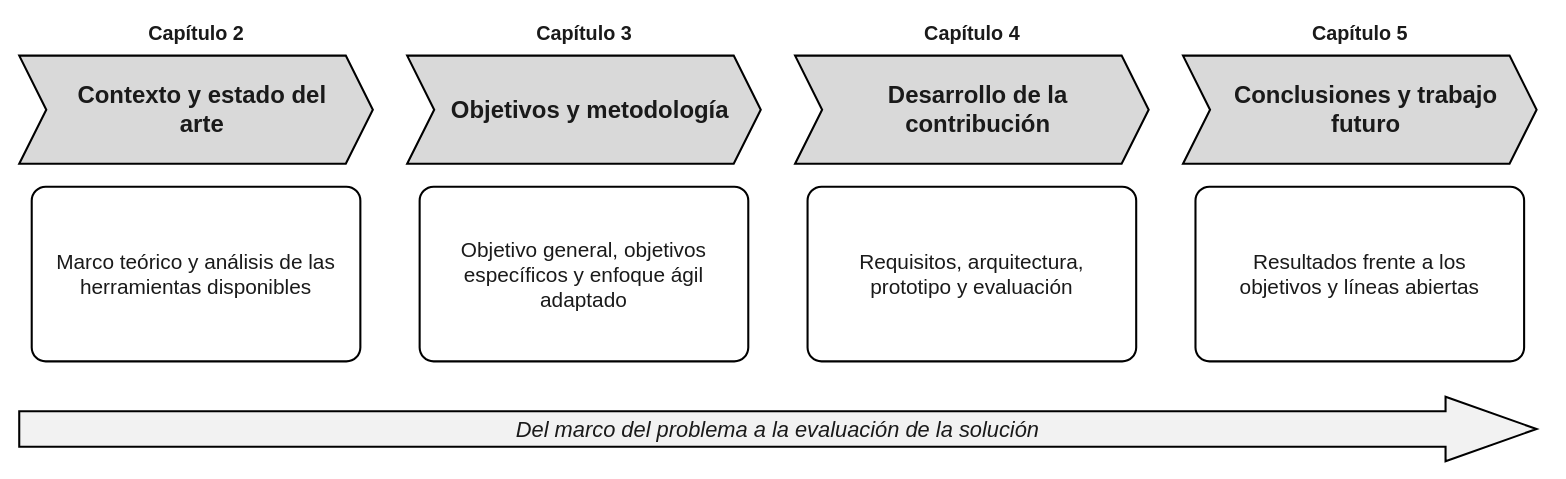
Earlier version of the draw.io diagram Docs/Figuras/Figura_05_Estructura_trabajo.drawio (tfm-missi-2026/orquestacion). Source tidied: cells renumbered, new cells numbered last; positions are measured from the earlier drawing's top-left corner, leaving out a move shared by most shapes. Both pictures are drawn from the tidied source at 104%, with x=0, y=0 at pixel (19, 18).
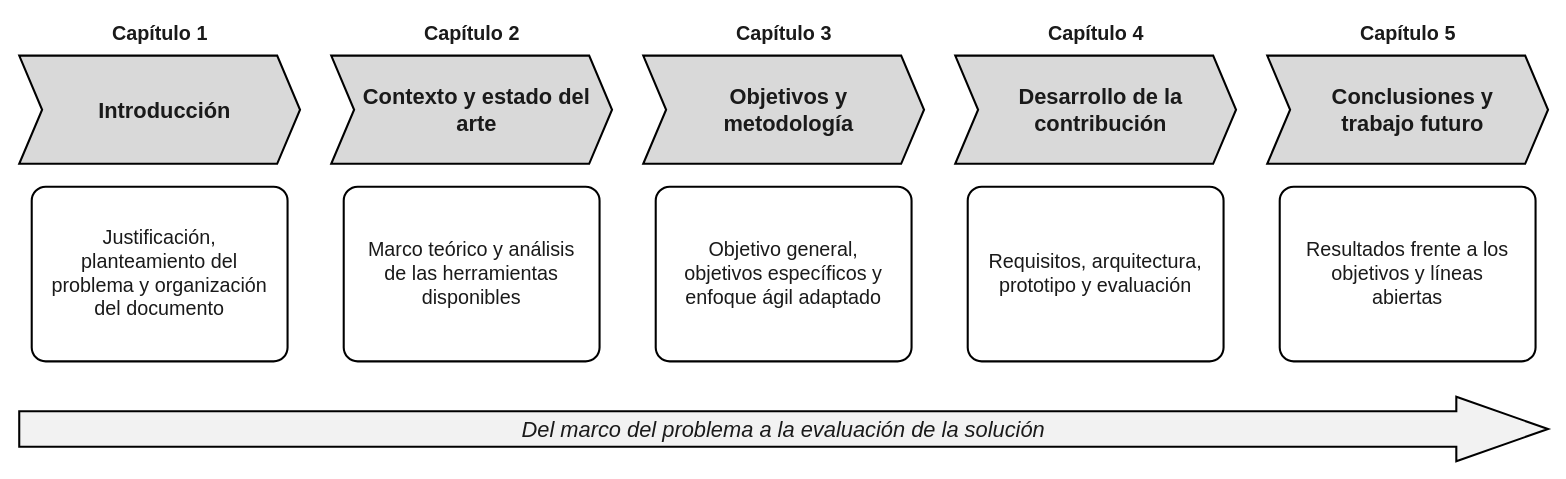
The same page after the edit.

What changed in the source:
```diff
@@
-    <mxCell id="2" value="Capítulo 2" style="text;html=1;strokeColor=none;fillColor=none;align=center;verticalAlign=middle;fontFamily=Helvetica;fontSize=19;fontColor=#1A1A1A;fontStyle=1;" parent="1" vertex="1">
-      <mxGeometry width="340" height="30" as="geometry" />
+    <mxCell id="2" value="Capítulo 1" style="text;html=1;strokeColor=none;fillColor=none;align=center;verticalAlign=middle;fontFamily=Helvetica;fontSize=19;fontColor=#1A1A1A;fontStyle=1;" parent="1" vertex="1">
+      <mxGeometry width="270" height="30" as="geometry" />
     </mxCell>
-    <mxCell id="3" value="Contexto y estado del arte" style="shape=step;perimeter=stepPerimeter;whiteSpace=wrap;html=1;fixedSize=1;size=26;fillColor=#D9D9D9;strokeColor=#000000;strokeWidth=2;verticalAlign=middle;align=center;spacingLeft=34;spacingRight=22;fontFamily=Helvetica;fontSize=23;fontColor=#1A1A1A;fontStyle=1;" parent="1" vertex="1">
-      <mxGeometry y="36" width="340" height="104" as="geometry" />
+    <mxCell id="3" value="Introducción" style="shape=step;perimeter=stepPerimeter;whiteSpace=wrap;html=1;fixedSize=1;size=22;fillColor=#D9D9D9;strokeColor=#000000;strokeWidth=2;verticalAlign=middle;align=center;spacingLeft=28;spacingRight=18;fontFamily=Helvetica;fontSize=21;fontColor=#1A1A1A;fontStyle=1;" parent="1" vertex="1">
+      <mxGeometry y="36" width="270" height="104" as="geometry" />
     </mxCell>
     <mxCell id="4" style="rounded=1;arcSize=8;html=1;whiteSpace=wrap;fillColor=#FFFFFF;strokeColor=#000000;strokeWidth=2;" parent="1" vertex="1">
-      <mxGeometry x="12" y="162" width="316" height="168" as="geometry" />
+      <mxGeometry x="12" y="162" width="246" height="168" as="geometry" />
     </mxCell>
-    <mxCell id="5" value="Marco teórico y análisis de las herramientas disponibles" style="text;html=1;strokeColor=none;fillColor=none;align=center;verticalAlign=middle;whiteSpace=wrap;spacingLeft=16;spacingRight=16;fontFamily=Helvetica;fontSize=20;fontColor=#1A1A1A;" parent="1" vertex="1">
-      <mxGeometry x="12" y="162" width="316" height="168" as="geometry" />
+    <mxCell id="5" value="Justificación, planteamiento del problema y organización del documento" style="text;html=1;strokeColor=none;fillColor=none;align=center;verticalAlign=middle;whiteSpace=wrap;spacingLeft=14;spacingRight=14;fontFamily=Helvetica;fontSize=19;fontColor=#1A1A1A;" parent="1" vertex="1">
+      <mxGeometry x="12" y="162" width="246" height="168" as="geometry" />
     </mxCell>
-    <mxCell id="6" value="Capítulo 3" style="text;html=1;strokeColor=none;fillColor=none;align=center;verticalAlign=middle;fontFamily=Helvetica;fontSize=19;fontColor=#1A1A1A;fontStyle=1;" parent="1" vertex="1">
-      <mxGeometry x="373" width="340" height="30" as="geometry" />
+    <mxCell id="6" value="Capítulo 2" style="text;html=1;strokeColor=none;fillColor=none;align=center;verticalAlign=middle;fontFamily=Helvetica;fontSize=19;fontColor=#1A1A1A;fontStyle=1;" parent="1" vertex="1">
+      <mxGeometry x="300" width="270" height="30" as="geometry" />
     </mxCell>
-    <mxCell id="7" value="Objetivos y metodología" style="shape=step;perimeter=stepPerimeter;whiteSpace=wrap;html=1;fixedSize=1;size=26;fillColor=#D9D9D9;strokeColor=#000000;strokeWidth=2;verticalAlign=middle;align=center;spacingLeft=34;spacingRight=22;fontFamily=Helvetica;fontSize=23;fontColor=#1A1A1A;fontStyle=1;" parent="1" vertex="1">
-      <mxGeometry x="373" y="36" width="340" height="104" as="geometry" />
+    <mxCell id="7" value="Contexto y estado del arte" style="shape=step;perimeter=stepPerimeter;whiteSpace=wrap;html=1;fixedSize=1;size=22;fillColor=#D9D9D9;strokeColor=#000000;strokeWidth=2;verticalAlign=middle;align=center;spacingLeft=28;spacingRight=18;fontFamily=Helvetica;fontSize=21;fontColor=#1A1A1A;fontStyle=1;" parent="1" vertex="1">
+      <mxGeometry x="300" y="36" width="270" height="104" as="geometry" />
     </mxCell>
     <mxCell id="8" style="rounded=1;arcSize=8;html=1;whiteSpace=wrap;fillColor=#FFFFFF;strokeColor=#000000;strokeWidth=2;" parent="1" vertex="1">
-      <mxGeometry x="385" y="162" width="316" height="168" as="geometry" />
+      <mxGeometry x="312" y="162" width="246" height="168" as="geometry" />
     </mxCell>
-    <mxCell id="9" value="Objetivo general, objetivos específicos y enfoque ágil adaptado" style="text;html=1;strokeColor=none;fillColor=none;align=center;verticalAlign=middle;whiteSpace=wrap;spacingLeft=16;spacingRight=16;fontFamily=Helvetica;fontSize=20;fontColor=#1A1A1A;" parent="1" vertex="1">
-      <mxGeometry x="385" y="162" width="316" height="168" as="geometry" />
+    <mxCell id="9" value="Marco teórico y análisis de las herramientas disponibles" style="text;html=1;strokeColor=none;fillColor=none;align=center;verticalAlign=middle;whiteSpace=wrap;spacingLeft=14;spacingRight=14;fontFamily=Helvetica;fontSize=19;fontColor=#1A1A1A;" parent="1" vertex="1">
+      <mxGeometry x="312" y="162" width="246" height="168" as="geometry" />
     </mxCell>
-    <mxCell id="10" value="Capítulo 4" style="text;html=1;strokeColor=none;fillColor=none;align=center;verticalAlign=middle;fontFamily=Helvetica;fontSize=19;fontColor=#1A1A1A;fontStyle=1;" parent="1" vertex="1">
-      <mxGeometry x="746" width="340" height="30" as="geometry" />
+    <mxCell id="10" value="Capítulo 3" style="text;html=1;strokeColor=none;fillColor=none;align=center;verticalAlign=middle;fontFamily=Helvetica;fontSize=19;fontColor=#1A1A1A;fontStyle=1;" parent="1" vertex="1">
+      <mxGeometry x="600" width="270" height="30" as="geometry" />
     </mxCell>
-    <mxCell id="11" value="Desarrollo de la contribución" style="shape=step;perimeter=stepPerimeter;whiteSpace=wrap;html=1;fixedSize=1;size=26;fillColor=#D9D9D9;strokeColor=#000000;strokeWidth=2;verticalAlign=middle;align=center;spacingLeft=34;spacingRight=22;fontFamily=Helvetica;fontSize=23;fontColor=#1A1A1A;fontStyle=1;" parent="1" vertex="1">
-      <mxGeometry x="746" y="36" width="340" height="104" as="geometry" />
+    <mxCell id="11" value="Objetivos y metodología" style="shape=step;perimeter=stepPerimeter;whiteSpace=wrap;html=1;fixedSize=1;size=22;fillColor=#D9D9D9;strokeColor=#000000;strokeWidth=2;verticalAlign=middle;align=center;spacingLeft=28;spacingRight=18;fontFamily=Helvetica;fontSize=21;fontColor=#1A1A1A;fontStyle=1;" parent="1" vertex="1">
+      <mxGeometry x="600" y="36" width="270" height="104" as="geometry" />
     </mxCell>
     <mxCell id="12" style="rounded=1;arcSize=8;html=1;whiteSpace=wrap;fillColor=#FFFFFF;strokeColor=#000000;strokeWidth=2;" parent="1" vertex="1">
-      <mxGeometry x="758" y="162" width="316" height="168" as="geometry" />
+      <mxGeometry x="612" y="162" width="246" height="168" as="geometry" />
     </mxCell>
-    <mxCell id="13" value="Requisitos, arquitectura, prototipo y evaluación" style="text;html=1;strokeColor=none;fillColor=none;align=center;verticalAlign=middle;whiteSpace=wrap;spacingLeft=16;spacingRight=16;fontFamily=Helvetica;fontSize=20;fontColor=#1A1A1A;" parent="1" vertex="1">
-      <mxGeometry x="758" y="162" width="316" height="168" as="geometry" />
+    <mxCell id="13" value="Objetivo general, objetivos específicos y enfoque ágil adaptado" style="text;html=1;strokeColor=none;fillColor=none;align=center;verticalAlign=middle;whiteSpace=wrap;spacingLeft=14;spacingRight=14;fontFamily=Helvetica;fontSize=19;fontColor=#1A1A1A;" parent="1" vertex="1">
+      <mxGeometry x="612" y="162" width="246" height="168" as="geometry" />
     </mxCell>
-    <mxCell id="14" value="Capítulo 5" style="text;html=1;strokeColor=none;fillColor=none;align=center;verticalAlign=middle;fontFamily=Helvetica;fontSize=19;fontColor=#1A1A1A;fontStyle=1;" parent="1" vertex="1">
-      <mxGeometry x="1119" width="340" height="30" as="geometry" />
+    <mxCell id="14" value="Capítulo 4" style="text;html=1;strokeColor=none;fillColor=none;align=center;verticalAlign=middle;fontFamily=Helvetica;fontSize=19;fontColor=#1A1A1A;fontStyle=1;" parent="1" vertex="1">
+      <mxGeometry x="900" width="270" height="30" as="geometry" />
     </mxCell>
-    <mxCell id="15" value="Conclusiones y trabajo futuro" style="shape=step;perimeter=stepPerimeter;whiteSpace=wrap;html=1;fixedSize=1;size=26;fillColor=#D9D9D9;strokeColor=#000000;strokeWidth=2;verticalAlign=middle;align=center;spacingLeft=34;spacingRight=22;fontFamily=Helvetica;fontSize=23;fontColor=#1A1A1A;fontStyle=1;" parent="1" vertex="1">
-      <mxGeometry x="1119" y="36" width="340" height="104" as="geometry" />
+    <mxCell id="15" value="Desarrollo de la contribución" style="shape=step;perimeter=stepPerimeter;whiteSpace=wrap;html=1;fixedSize=1;size=22;fillColor=#D9D9D9;strokeColor=#000000;strokeWidth=2;verticalAlign=middle;align=center;spacingLeft=28;spacingRight=18;fontFamily=Helvetica;fontSize=21;fontColor=#1A1A1A;fontStyle=1;" parent="1" vertex="1">
+      <mxGeometry x="900" y="36" width="270" height="104" as="geometry" />
     </mxCell>
     <mxCell id="16" style="rounded=1;arcSize=8;html=1;whiteSpace=wrap;fillColor=#FFFFFF;strokeColor=#000000;strokeWidth=2;" parent="1" vertex="1">
-      <mxGeometry x="1131" y="162" width="316" height="168" as="geometry" />
+      <mxGeometry x="912" y="162" width="246" height="168" as="geometry" />
     </mxCell>
-    <mxCell id="17" value="Resultados frente a los objetivos y líneas abiertas" style="text;html=1;strokeColor=none;fillColor=none;align=center;verticalAlign=middle;whiteSpace=wrap;spacingLeft=16;spacingRight=16;fontFamily=Helvetica;fontSize=20;fontColor=#1A1A1A;" parent="1" vertex="1">
-      <mxGeometry x="1131" y="162" width="316" height="168" as="geometry" />
+    <mxCell id="17" value="Requisitos, arquitectura, prototipo y evaluación" style="text;html=1;strokeColor=none;fillColor=none;align=center;verticalAlign=middle;whiteSpace=wrap;spacingLeft=14;spacingRight=14;fontFamily=Helvetica;fontSize=19;fontColor=#1A1A1A;" parent="1" vertex="1">
+      <mxGeometry x="912" y="162" width="246" height="168" as="geometry" />
     </mxCell>
-    <mxCell id="18" value="Del marco del problema a la evaluación de la solución" style="shape=singleArrow;whiteSpace=wrap;html=1;arrowWidth=0.55;arrowSize=0.06;fillColor=#F2F2F2;strokeColor=#000000;strokeWidth=2;fontFamily=Helvetica;fontSize=21;fontColor=#1A1A1A;fontStyle=2;" parent="1" vertex="1">
-      <mxGeometry y="364" width="1459" height="62" as="geometry" />
+    <mxCell id="18" value="Capítulo 5" style="text;html=1;strokeColor=none;fillColor=none;align=center;verticalAlign=middle;fontFamily=Helvetica;fontSize=19;fontColor=#1A1A1A;fontStyle=1;" parent="1" vertex="1">
+      <mxGeometry x="1200" width="270" height="30" as="geometry" />
     </mxCell>
+    <mxCell id="19" value="Conclusiones y trabajo futuro" style="shape=step;perimeter=stepPerimeter;whiteSpace=wrap;html=1;fixedSize=1;size=22;fillColor=#D9D9D9;strokeColor=#000000;strokeWidth=2;verticalAlign=middle;align=center;spacingLeft=28;spacingRight=18;fontFamily=Helvetica;fontSize=21;fontColor=#1A1A1A;fontStyle=1;" parent="1" vertex="1">
+      <mxGeometry x="1200" y="36" width="270" height="104" as="geometry" />
+    </mxCell>
+    <mxCell id="20" style="rounded=1;arcSize=8;html=1;whiteSpace=wrap;fillColor=#FFFFFF;strokeColor=#000000;strokeWidth=2;" parent="1" vertex="1">
+      <mxGeometry x="1212" y="162" width="246" height="168" as="geometry" />
+    </mxCell>
+    <mxCell id="21" value="Resultados frente a los objetivos y líneas abiertas" style="text;html=1;strokeColor=none;fillColor=none;align=center;verticalAlign=middle;whiteSpace=wrap;spacingLeft=14;spacingRight=14;fontFamily=Helvetica;fontSize=19;fontColor=#1A1A1A;" parent="1" vertex="1">
+      <mxGeometry x="1212" y="162" width="246" height="168" as="geometry" />
+    </mxCell>
+    <mxCell id="22" value="Del marco del problema a la evaluación de la solución" style="shape=singleArrow;whiteSpace=wrap;html=1;arrowWidth=0.55;arrowSize=0.06;fillColor=#F2F2F2;strokeColor=#000000;strokeWidth=2;fontFamily=Helvetica;fontSize=21;fontColor=#1A1A1A;fontStyle=2;" parent="1" vertex="1">
+      <mxGeometry y="364" width="1470" height="62" as="geometry" />
+    </mxCell>
```
